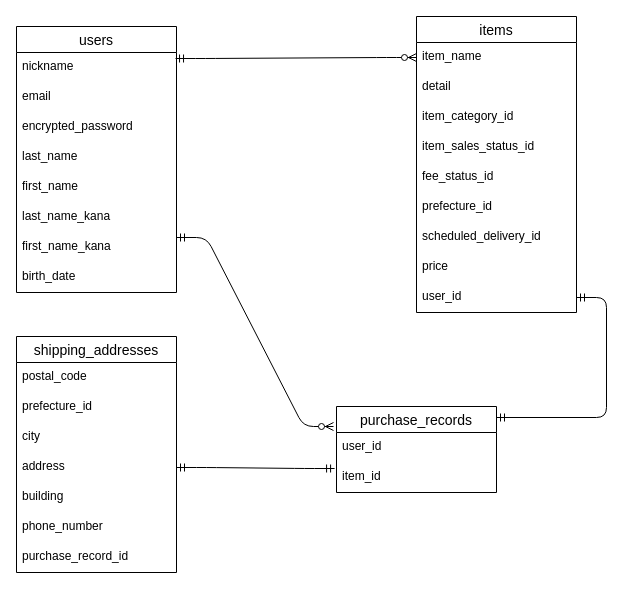
Before: furima37120.dio in ken-forest/furima-37120, a draw.io diagram. Source tidied: cells renumbered, new cells numbered last; positions are measured from the earlier drawing's top-left corner, leaving out a move shared by most shapes. Both pictures are drawn from the tidied source at 100%, with x=0, y=0 at pixel (16, 16).
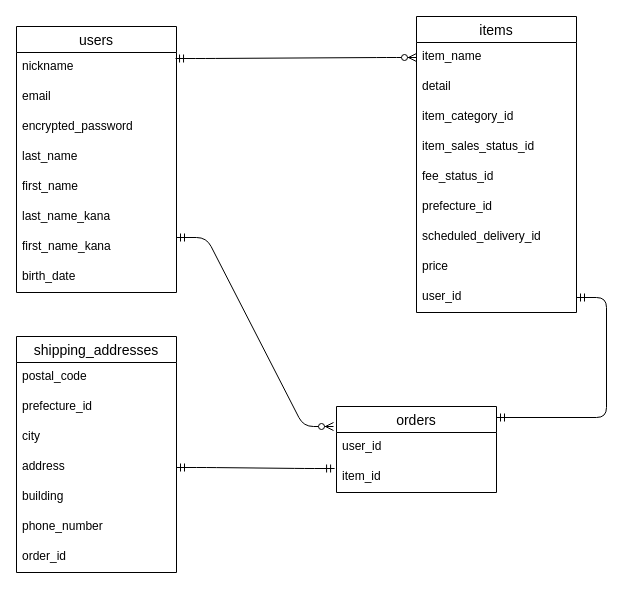
Above is the later version.

Unchanged cells that the change refers to:
```xml
<mxCell id="24" value="shipping_addresses" style="swimlane;fontStyle=0;horizontal=1;startSize=26;align=center;fontSize=14;" parent="1" vertex="1">
  <mxGeometry y="320" width="160" height="236" as="geometry" />
</mxCell>
```

What changed in the source:
```diff
@@
-    <mxCell id="21" value="purchase_records" style="swimlane;fontStyle=0;horizontal=1;startSize=26;align=center;fontSize=14;" parent="1" vertex="1">
+    <mxCell id="21" value="orders" style="swimlane;fontStyle=0;horizontal=1;startSize=26;align=center;fontSize=14;" parent="1" vertex="1">
       <mxGeometry x="320" y="390" width="160" height="86" as="geometry" />
     </mxCell>
@@
-    <mxCell id="31" value="purchase_record_id" style="text;strokeColor=none;fillColor=none;spacingLeft=4;spacingRight=4;overflow=hidden;fontSize=12;" parent="24" vertex="1">
+    <mxCell id="31" value="order_id" style="text;strokeColor=none;fillColor=none;spacingLeft=4;spacingRight=4;overflow=hidden;fontSize=12;" parent="24" vertex="1">
       <mxGeometry y="206" width="160" height="30" as="geometry" />
     </mxCell>
```
